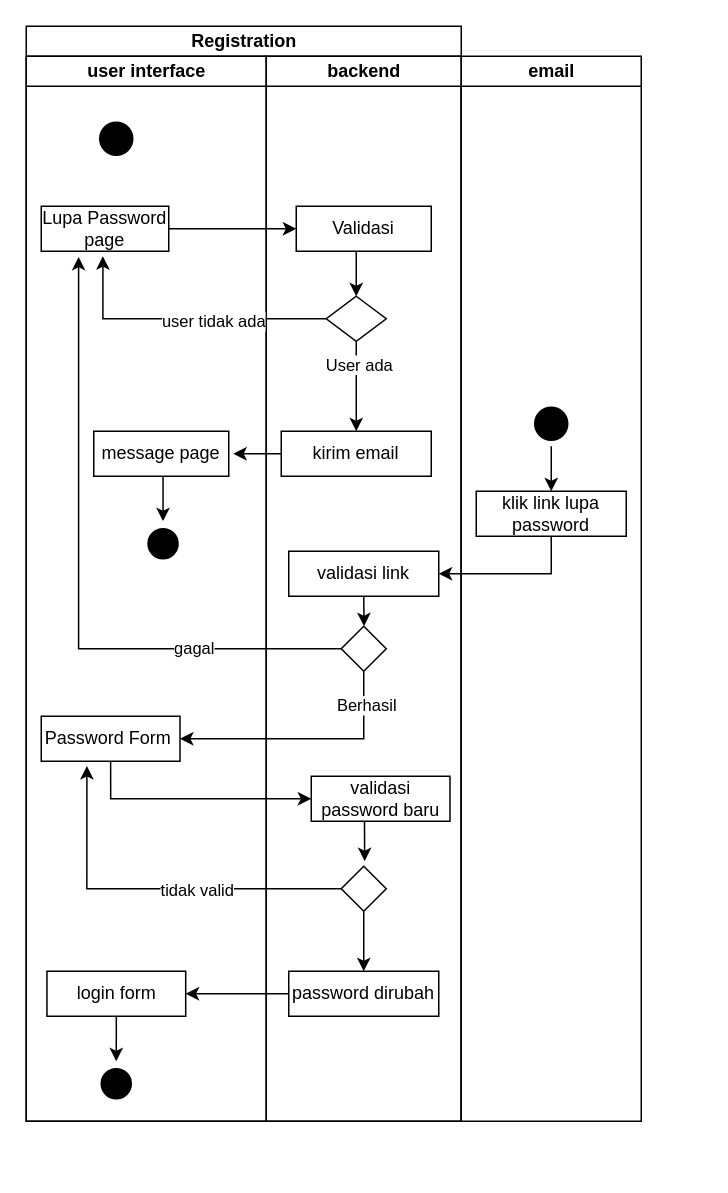
Earlier version of the draw.io diagram activity/Lupa password.drawio (fuatanshori/flowchart). Source tidied: cells renumbered, new cells numbered last; positions are measured from the earlier drawing's top-left corner, leaving out a move shared by most shapes. Both pictures are drawn from the tidied source at 150%, with x=0, y=0 at pixel (26, 26).
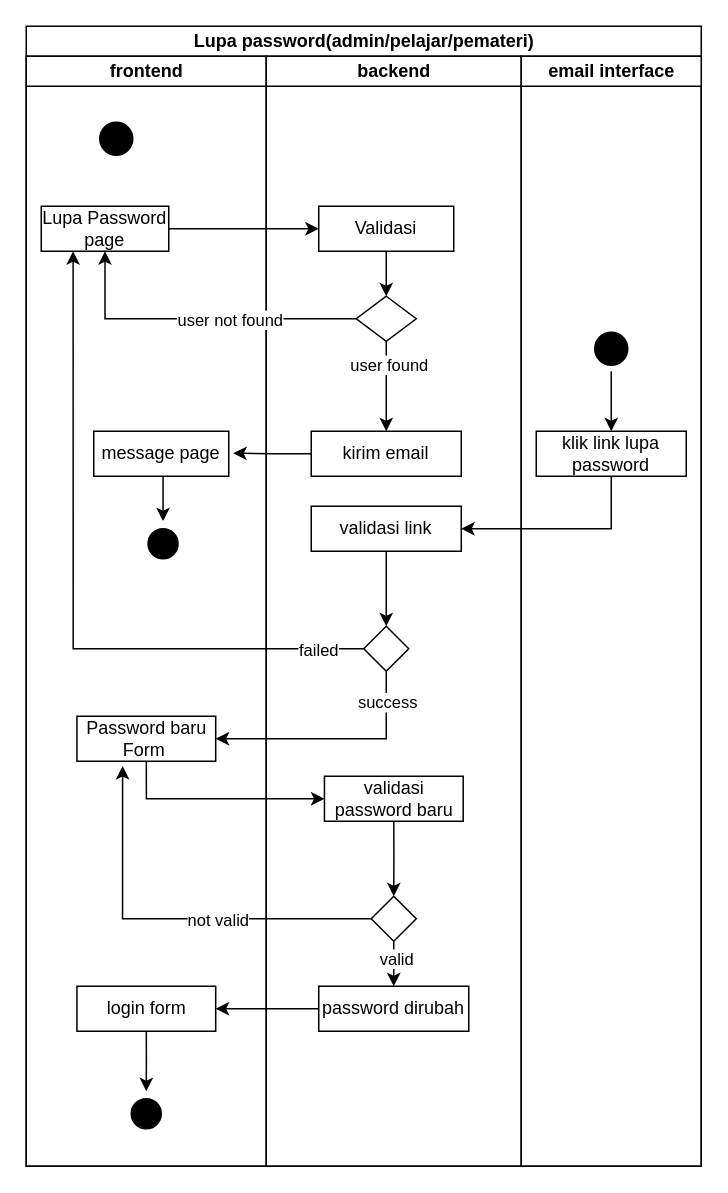
The same page after the edit.

Unchanged cells that the change refers to:
```xml
<mxCell id="6" value="Lupa Password page" style="html=1;whiteSpace=wrap;" parent="3" vertex="1">
  <mxGeometry x="10" y="100" width="85" height="30" as="geometry" />
</mxCell>
<mxCell id="17" style="edgeStyle=orthogonalEdgeStyle;rounded=0;jettySize=auto;html=1;exitX=0.5;exitY=1;exitDx=0;exitDy=0;entryX=0.5;entryY=0;entryDx=0;entryDy=0;" parent="14" edge="1" source="19" target="20">
  <mxGeometry relative="1" as="geometry" />
</mxCell>
<mxCell id="25" style="edgeStyle=orthogonalEdgeStyle;rounded=0;jettySize=auto;html=1;exitX=0.5;exitY=1;exitDx=0;exitDy=0;entryX=0.5;entryY=0;entryDx=0;entryDy=0;" parent="14" edge="1" source="26" target="27">
  <mxGeometry relative="1" as="geometry" />
</mxCell>
<mxCell id="34" style="edgeStyle=orthogonalEdgeStyle;rounded=0;jettySize=auto;html=1;exitX=0.5;exitY=1;exitDx=0;exitDy=0;entryX=1;entryY=0.5;entryDx=0;entryDy=0;" parent="2" edge="1" source="23" target="8">
  <mxGeometry relative="1" as="geometry" />
</mxCell>
<mxCell id="37" style="edgeStyle=orthogonalEdgeStyle;rounded=0;jettySize=auto;html=1;exitX=0;exitY=0.5;exitDx=0;exitDy=0;entryX=0.329;entryY=1.105;entryDx=0;entryDy=0;entryPerimeter=0;" parent="2" edge="1" source="26" target="8">
  <mxGeometry relative="1" as="geometry" />
</mxCell>
```

Diff of the diagram source:
```diff
@@
-    <mxCell id="2" value="Registration" style="swimlane;startSize=20;html=1;" parent="1" vertex="1">
-      <mxGeometry width="290" height="730" as="geometry" />
+    <mxCell id="2" value="Lupa password(admin/pelajar/pemateri)" style="swimlane;startSize=20;html=1;" parent="1" vertex="1">
+      <mxGeometry width="450" height="760" as="geometry" />
     </mxCell>
-    <mxCell id="3" value="user interface" style="swimlane;startSize=20;html=1;" parent="2" vertex="1">
-      <mxGeometry y="20" width="160" height="710" as="geometry" />
+    <mxCell id="3" value="frontend" style="swimlane;startSize=20;html=1;" parent="2" vertex="1">
+      <mxGeometry y="20" width="160" height="740" as="geometry" />
     </mxCell>
@@
     <mxCell id="7" value="login form" style="html=1;whiteSpace=wrap;" parent="3" vertex="1">
-      <mxGeometry x="13.8" y="610" width="92.5" height="30" as="geometry" />
+      <mxGeometry x="33.8" y="620" width="92.5" height="30" as="geometry" />
     </mxCell>
-    <mxCell id="8" value="Password Form&amp;nbsp;" style="html=1;whiteSpace=wrap;" parent="3" vertex="1">
-      <mxGeometry x="10" y="440" width="92.5" height="30" as="geometry" />
+    <mxCell id="8" value="Password baru Form&amp;nbsp;" style="html=1;whiteSpace=wrap;" parent="3" vertex="1">
+      <mxGeometry x="33.8" y="440" width="92.5" height="30" as="geometry" />
     </mxCell>
     <mxCell id="9" style="ellipse;html=1;shape=endState;fillColor=#000000;strokeColor=#FFFFFF;" parent="3" vertex="1">
-      <mxGeometry x="45" y="670" width="30" height="30" as="geometry" />
+      <mxGeometry x="65" y="690" width="30" height="30" as="geometry" />
     </mxCell>
@@
     <mxCell id="14" value="backend" style="swimlane;startSize=20;html=1;" parent="2" vertex="1">
-      <mxGeometry x="160" y="20" width="130" height="710" as="geometry" />
+      <mxGeometry x="160" y="20" width="170" height="740" as="geometry" />
     </mxCell>
@@
     <mxCell id="16" value="Validasi" style="html=1;whiteSpace=wrap;" parent="14" vertex="1">
-      <mxGeometry x="20" y="100" width="90" height="30" as="geometry" />
+      <mxGeometry x="35" y="100" width="90" height="30" as="geometry" />
     </mxCell>
@@
-    <mxCell id="18" value="User ada" style="edgeLabel;html=1;align=center;verticalAlign=middle;" parent="17" vertex="1">
+    <mxCell id="18" value="user found" style="edgeLabel;html=1;align=center;verticalAlign=middle;" parent="17" vertex="1">
       <mxGeometry x="-0.49" y="1" relative="1" as="geometry" />
     </mxCell>
     <mxCell id="19" style="rhombus;whiteSpace=wrap;html=1;" parent="14" vertex="1">
-      <mxGeometry x="40" y="160" width="40" height="30" as="geometry" />
+      <mxGeometry x="60" y="160" width="40" height="30" as="geometry" />
     </mxCell>
     <mxCell id="20" value="kirim email" style="html=1;whiteSpace=wrap;" parent="14" vertex="1">
-      <mxGeometry x="10" y="250" width="100" height="30" as="geometry" />
+      <mxGeometry x="30" y="250" width="100" height="30" as="geometry" />
     </mxCell>
-    <mxCell id="21" style="edgeStyle=orthogonalEdgeStyle;rounded=0;jettySize=auto;html=1;exitX=0.5;exitY=1;exitDx=0;exitDy=0;" parent="14" edge="1" source="22">
-      <mxGeometry relative="1" as="geometry">
-        <mxPoint x="65.2" y="380" as="targetPoint" />
-      </mxGeometry>
-    </mxCell>
+    <mxCell id="46" style="edgeStyle=orthogonalEdgeStyle;rounded=0;jettySize=auto;html=1;exitX=0.5;exitY=1;exitDx=0;exitDy=0;" parent="14" edge="1" source="22" target="23">
+      <mxGeometry relative="1" as="geometry" />
+    </mxCell>
     <mxCell id="22" value="validasi link" style="html=1;whiteSpace=wrap;" parent="14" vertex="1">
-      <mxGeometry x="15" y="330" width="100" height="30" as="geometry" />
+      <mxGeometry x="30" y="300" width="100" height="30" as="geometry" />
     </mxCell>
     <mxCell id="23" style="rhombus;whiteSpace=wrap;html=1;" parent="14" vertex="1">
-      <mxGeometry x="50" y="380" width="30" height="30" as="geometry" />
+      <mxGeometry x="65" y="380" width="30" height="30" as="geometry" />
     </mxCell>
-    <mxCell id="24" style="edgeStyle=orthogonalEdgeStyle;rounded=0;jettySize=auto;html=1;exitX=0.5;exitY=1;exitDx=0;exitDy=0;entryX=0.52;entryY=-0.113;entryDx=0;entryDy=0;entryPerimeter=0;" parent="14" edge="1" target="26">
-      <mxGeometry relative="1" as="geometry">
-        <mxPoint x="65" y="480" as="sourcePoint" />
-      </mxGeometry>
-    </mxCell>
@@
+    <mxCell id="47" value="valid" style="edgeLabel;html=1;align=center;verticalAlign=middle;" parent="25" vertex="1">
+      <mxGeometry x="-0.27" y="1" relative="1" as="geometry" />
+    </mxCell>
     <mxCell id="26" style="rhombus;whiteSpace=wrap;html=1;" parent="14" vertex="1">
-      <mxGeometry x="50" y="540" width="30" height="30" as="geometry" />
+      <mxGeometry x="70" y="560" width="30" height="30" as="geometry" />
     </mxCell>
     <mxCell id="27" value="password dirubah" style="html=1;whiteSpace=wrap;" parent="14" vertex="1">
-      <mxGeometry x="15" y="610" width="100" height="30" as="geometry" />
+      <mxGeometry x="35" y="620" width="100" height="30" as="geometry" />
     </mxCell>
+    <mxCell id="48" style="edgeStyle=orthogonalEdgeStyle;rounded=0;jettySize=auto;html=1;exitX=0.5;exitY=1;exitDx=0;exitDy=0;entryX=0.5;entryY=0;entryDx=0;entryDy=0;" parent="14" edge="1" source="28" target="26">
+      <mxGeometry relative="1" as="geometry" />
+    </mxCell>
     <mxCell id="28" value="validasi password baru" style="html=1;whiteSpace=wrap;" parent="14" vertex="1">
-      <mxGeometry x="30" y="480" width="92.5" height="30" as="geometry" />
+      <mxGeometry x="38.8" y="480" width="92.5" height="30" as="geometry" />
     </mxCell>
-    <mxCell id="29" style="edgeStyle=orthogonalEdgeStyle;rounded=0;jettySize=auto;html=1;exitX=0;exitY=0.5;exitDx=0;exitDy=0;entryX=0.483;entryY=1.11;entryDx=0;entryDy=0;entryPerimeter=0;" parent="2" edge="1" source="19" target="6">
+    <mxCell id="29" style="edgeStyle=orthogonalEdgeStyle;rounded=0;jettySize=auto;html=1;exitX=0;exitY=0.5;exitDx=0;exitDy=0;entryX=0.5;entryY=1;entryDx=0;entryDy=0;" parent="2" edge="1" source="19" target="6">
       <mxGeometry relative="1" as="geometry" />
     </mxCell>
-    <mxCell id="30" value="user tidak ada" style="edgeLabel;html=1;align=center;verticalAlign=middle;" parent="29" vertex="1">
-      <mxGeometry x="-0.2" y="1" relative="1" as="geometry" />
+    <mxCell id="30" value="user not found" style="edgeLabel;html=1;align=center;verticalAlign=middle;" parent="29" vertex="1">
+      <mxGeometry x="-0.2" y="1" relative="1" as="geometry">
+        <mxPoint y="-1" as="offset" />
+      </mxGeometry>
     </mxCell>
-    <mxCell id="31" style="edgeStyle=orthogonalEdgeStyle;rounded=0;jettySize=auto;html=1;exitX=0;exitY=0.5;exitDx=0;exitDy=0;entryX=0.293;entryY=1.125;entryDx=0;entryDy=0;entryPerimeter=0;" parent="2" edge="1" source="23" target="6">
+    <mxCell id="31" style="edgeStyle=orthogonalEdgeStyle;rounded=0;jettySize=auto;html=1;exitX=0;exitY=0.5;exitDx=0;exitDy=0;entryX=0.25;entryY=1;entryDx=0;entryDy=0;" parent="2" edge="1" source="23" target="6">
       <mxGeometry relative="1" as="geometry" />
     </mxCell>
-    <mxCell id="32" value="gagal" style="edgeLabel;html=1;align=center;verticalAlign=middle;" parent="31" vertex="1">
-      <mxGeometry x="-0.55" y="-1" relative="1" as="geometry" />
+    <mxCell id="32" value="failed" style="edgeLabel;html=1;align=center;verticalAlign=middle;" parent="31" vertex="1">
+      <mxGeometry x="-0.55" y="-1" relative="1" as="geometry">
+        <mxPoint x="72" y="1" as="offset" />
+      </mxGeometry>
     </mxCell>
@@
-    <mxCell id="35" value="Berhasil" style="edgeLabel;html=1;align=center;verticalAlign=middle;" parent="34" vertex="1">
-      <mxGeometry x="-0.74" y="1" relative="1" as="geometry" />
+    <mxCell id="35" value="success" style="edgeLabel;html=1;align=center;verticalAlign=middle;" parent="34" vertex="1">
+      <mxGeometry x="-0.74" y="1" relative="1" as="geometry">
+        <mxPoint x="-1" y="-1" as="offset" />
+      </mxGeometry>
     </mxCell>
@@
-    <mxCell id="38" value="tidak valid" style="edgeLabel;html=1;align=center;verticalAlign=middle;" parent="37" vertex="1">
+    <mxCell id="38" value="not valid" style="edgeLabel;html=1;align=center;verticalAlign=middle;" parent="37" vertex="1">
       <mxGeometry x="-0.23" y="2" relative="1" as="geometry">
         <mxPoint y="-2" as="offset" />
       </mxGeometry>
     </mxCell>
@@
+    <mxCell id="45" style="edgeStyle=orthogonalEdgeStyle;rounded=0;jettySize=auto;html=1;exitX=0.5;exitY=1;exitDx=0;exitDy=0;entryX=1;entryY=0.5;entryDx=0;entryDy=0;" parent="2" edge="1" source="42" target="22">
+      <mxGeometry relative="1" as="geometry" />
+    </mxCell>
-    <mxCell id="41" value="email" style="swimlane;startSize=20;html=1;" parent="1" vertex="1">
-      <mxGeometry x="290" y="20" width="120" height="710" as="geometry" />
+    <mxCell id="41" value="email interface" style="swimlane;startSize=20;html=1;" parent="2" vertex="1">
+      <mxGeometry x="330" y="20" width="120" height="740" as="geometry" />
     </mxCell>
     <mxCell id="42" value="klik link lupa password" style="html=1;whiteSpace=wrap;" parent="41" vertex="1">
-      <mxGeometry x="10" y="290" width="100" height="30" as="geometry" />
+      <mxGeometry x="10" y="250" width="100" height="30" as="geometry" />
     </mxCell>
@@
     <mxCell id="44" style="ellipse;html=1;shape=startState;strokeColor=#000000;fillColor=#000000;" parent="41" vertex="1">
-      <mxGeometry x="45" y="230" width="30" height="30" as="geometry" />
+      <mxGeometry x="45" y="180" width="30" height="30" as="geometry" />
     </mxCell>
-    <mxCell id="45" style="edgeStyle=orthogonalEdgeStyle;rounded=0;jettySize=auto;html=1;exitX=0.5;exitY=1;exitDx=0;exitDy=0;entryX=1;entryY=0.5;entryDx=0;entryDy=0;" parent="1" edge="1" source="42" target="22">
-      <mxGeometry relative="1" as="geometry" />
-    </mxCell>
```
